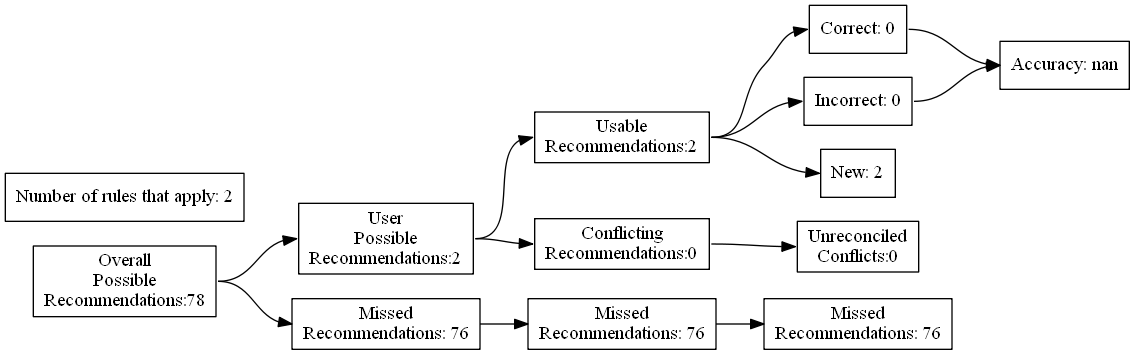
Before: test_renders/71.gv.png, a diagram exported from Graphviz (ZaxR/ibd_diet_analysis). Its source is kept beside it as test_renders/71.gv.
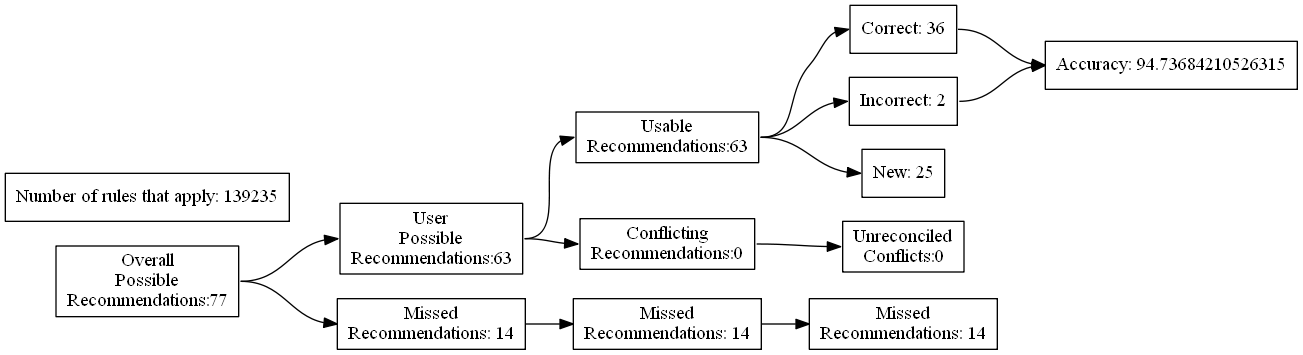
Above is the later version.

Change to the diagram source:
```diff
@@ -4,27 +4,27 @@
 	edge [headport=w tailport=e]
 		A [label="Overall
 Possible
-Recommendations:78"]
+Recommendations:77"]
 		B [label="User
 Possible
-Recommendations:2"]
+Recommendations:63"]
 		C [label="Missed
-Recommendations: 76"]
+Recommendations: 14"]
 		D [label="Usable
-Recommendations:2"]
+Recommendations:63"]
 		E [label="Conflicting
 Recommendations:0"]
 		J [label="Missed
-Recommendations: 76"]
+Recommendations: 14"]
 		M [label="Unreconciled
 Conflicts:0"]
-		F [label="Correct: 0"]
-		G [label="Incorrect: 0"]
-		H [label="New: 2"]
+		F [label="Correct: 36"]
+		G [label="Incorrect: 2"]
+		H [label="New: 25"]
 		K [label="Missed
-Recommendations: 76"]
-		I [label="Accuracy: nan"]
-		l [label="Number of rules that apply: 2"]
+Recommendations: 14"]
+		I [label="Accuracy: 94.73684210526315"]
+		l [label="Number of rules that apply: 139235"]
 			A -> B
 			A -> C
 			B -> D
```
